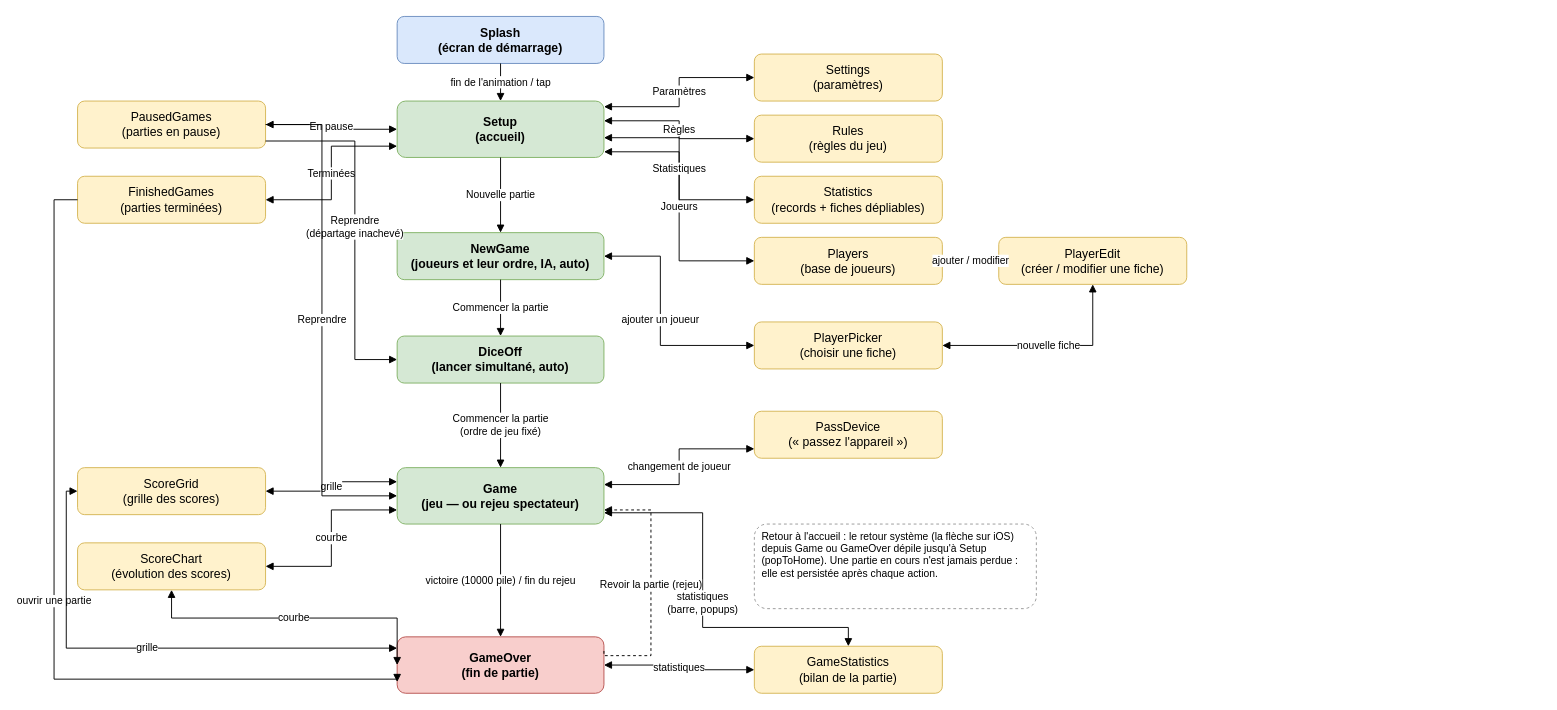
Before: docs/screen-flow.drawio in microscotch/tenk, a draw.io diagram. Source tidied: cells renumbered, new cells numbered last; positions are measured from the earlier drawing's top-left corner, leaving out a move shared by most shapes. Both pictures are drawn from the tidied source at 94%, with x=0, y=0 at pixel (54, 16).
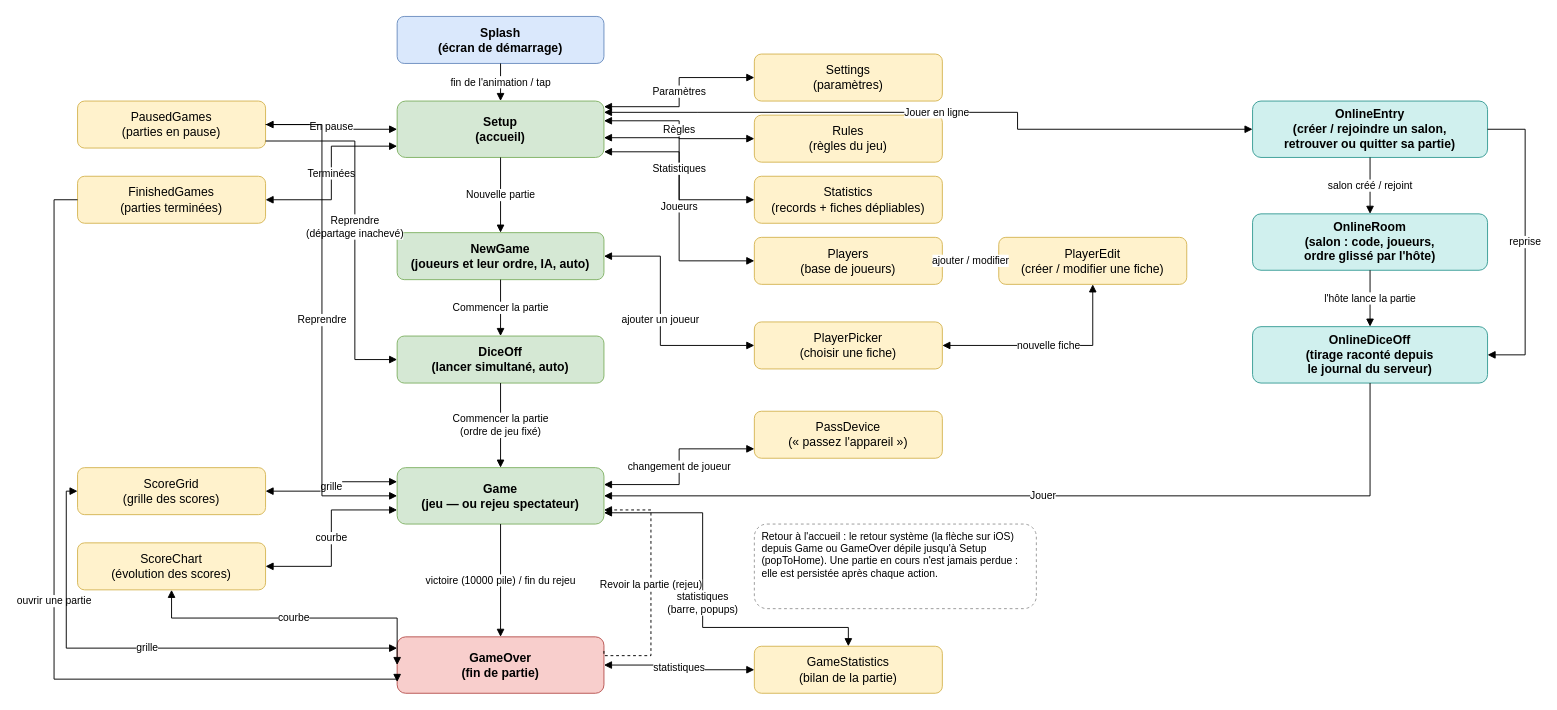
Above is the later version.

Unchanged cells that the change refers to:
```xml
<mxCell id="3" value="Setup&#10;(accueil)" style="rounded=1;whiteSpace=wrap;html=1;fillColor=#d5e8d4;strokeColor=#82b366;fontSize=13;fontStyle=1;" parent="1" vertex="1">
  <mxGeometry x="365" y="90" width="220" height="60" as="geometry" />
</mxCell>
<mxCell id="15" value="Game&#10;(jeu — ou rejeu spectateur)" style="rounded=1;whiteSpace=wrap;html=1;fillColor=#d5e8d4;strokeColor=#82b366;fontSize=13;fontStyle=1;" parent="1" vertex="1">
  <mxGeometry x="365" y="480" width="220" height="60" as="geometry" />
</mxCell>
```

Diff of the diagram source:
```diff
@@
+    <mxCell id="46" value="OnlineEntry&#10;(créer / rejoindre un salon,&#10;retrouver ou quitter sa partie)" style="rounded=1;whiteSpace=wrap;html=1;fillColor=#d0f0ee;strokeColor=#3a9d97;fontSize=13;fontStyle=1;" parent="1" vertex="1">
+      <mxGeometry x="1275" y="90" width="250" height="60" as="geometry" />
+    </mxCell>
+    <mxCell id="47" value="OnlineRoom&#10;(salon : code, joueurs,&#10;ordre glissé par l'hôte)" style="rounded=1;whiteSpace=wrap;html=1;fillColor=#d0f0ee;strokeColor=#3a9d97;fontSize=13;fontStyle=1;" parent="1" vertex="1">
+      <mxGeometry x="1275" y="210" width="250" height="60" as="geometry" />
+    </mxCell>
+    <mxCell id="48" value="OnlineDiceOff&#10;(tirage raconté depuis&#10;le journal du serveur)" style="rounded=1;whiteSpace=wrap;html=1;fillColor=#d0f0ee;strokeColor=#3a9d97;fontSize=13;fontStyle=1;" parent="1" vertex="1">
+      <mxGeometry x="1275" y="330" width="250" height="60" as="geometry" />
+    </mxCell>
+    <mxCell id="49" value="Jouer en ligne" style="edgeStyle=orthogonalEdgeStyle;rounded=0;html=1;fontSize=11;startArrow=block;startFill=1;endArrow=block;endFill=1;exitX=1;exitY=0.2;entryX=0;entryY=0.5;labelBackgroundColor=#ffffff;" parent="1" edge="1" source="3" target="46">
+      <mxGeometry relative="1" as="geometry">
+        <Array as="points">
+          <mxPoint x="685" y="102" />
+          <mxPoint x="1025" y="102" />
+          <mxPoint x="1025" y="120" />
+        </Array>
+      </mxGeometry>
+    </mxCell>
+    <mxCell id="50" value="salon créé / rejoint" style="edgeStyle=orthogonalEdgeStyle;rounded=0;html=1;fontSize=11;endArrow=block;endFill=1;exitX=0.5;exitY=1;entryX=0.5;entryY=0;labelBackgroundColor=#ffffff;" parent="1" edge="1" source="46" target="47">
+      <mxGeometry relative="1" as="geometry" />
+    </mxCell>
+    <mxCell id="51" value="l'hôte lance la partie" style="edgeStyle=orthogonalEdgeStyle;rounded=0;html=1;fontSize=11;endArrow=block;endFill=1;exitX=0.5;exitY=1;entryX=0.5;entryY=0;labelBackgroundColor=#ffffff;" parent="1" edge="1" source="47" target="48">
+      <mxGeometry relative="1" as="geometry" />
+    </mxCell>
+    <mxCell id="52" value="Jouer" style="edgeStyle=orthogonalEdgeStyle;rounded=0;html=1;fontSize=11;endArrow=block;endFill=1;exitX=0.5;exitY=1;entryX=1;entryY=0.5;labelBackgroundColor=#ffffff;" parent="1" edge="1" source="48" target="15">
+      <mxGeometry relative="1" as="geometry">
+        <Array as="points">
+          <mxPoint x="1400" y="510" />
+        </Array>
+      </mxGeometry>
+    </mxCell>
+    <mxCell id="53" value="reprise" style="edgeStyle=orthogonalEdgeStyle;rounded=0;html=1;fontSize=11;endArrow=block;endFill=1;exitX=1;exitY=0.5;entryX=1;entryY=0.5;labelBackgroundColor=#ffffff;" parent="1" edge="1" source="46" target="48">
+      <mxGeometry relative="1" as="geometry">
+        <Array as="points">
+          <mxPoint x="1565" y="120" />
+          <mxPoint x="1565" y="360" />
+        </Array>
+      </mxGeometry>
+    </mxCell>
```
